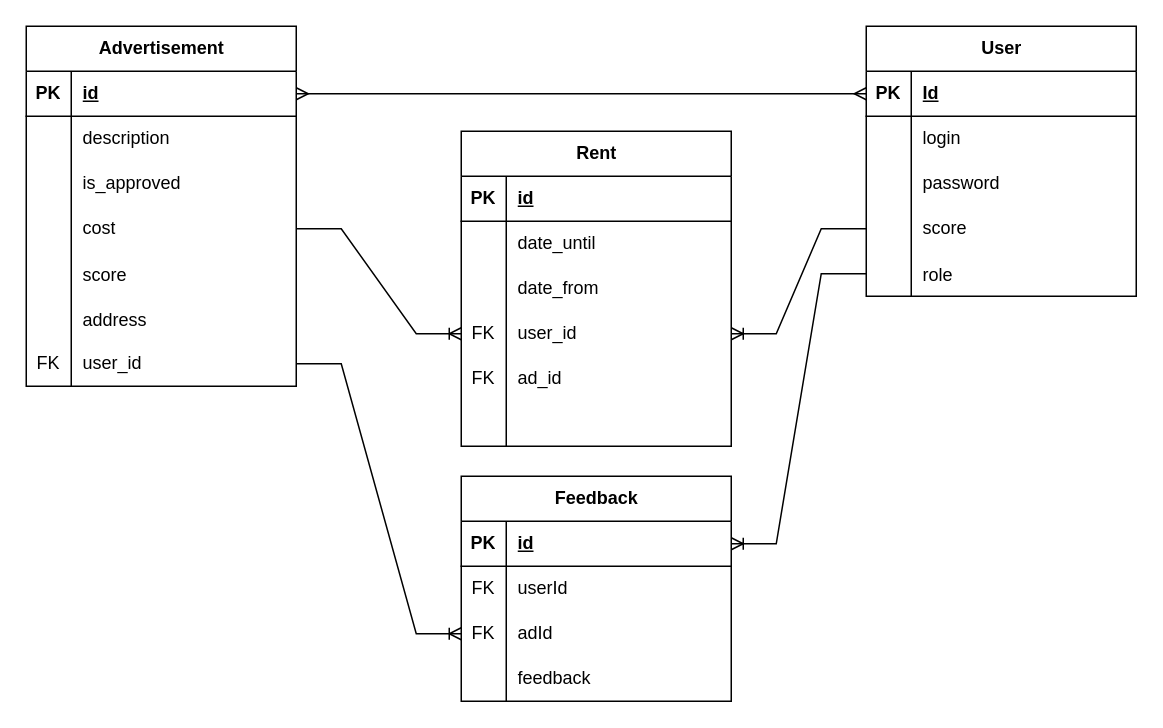
The draw.io diagram page "erd" (5 of 5) of doc/diagrams.drawio in Pangolierchick/IU7-WEB, before the edit. Source tidied: cells renumbered, new cells numbered last; positions are measured from the earlier drawing's top-left corner, leaving out a move shared by most shapes. Both pictures are drawn from the tidied source at 150%, with x=0, y=0 at pixel (26, 26).
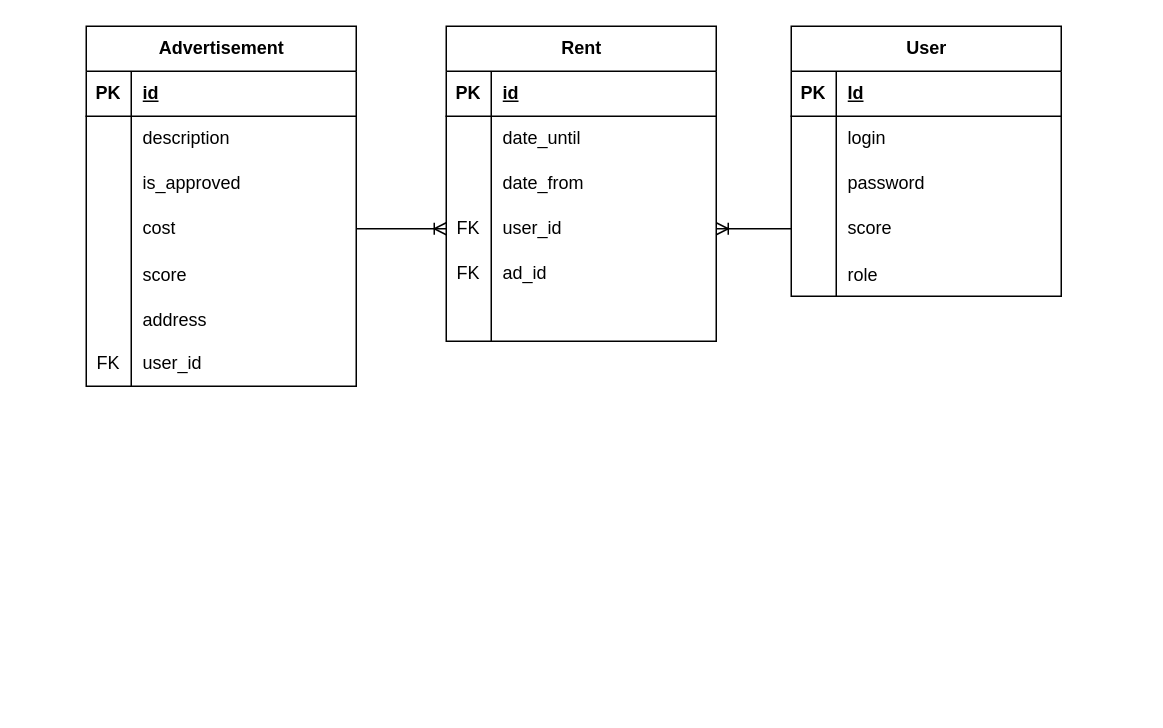
The same page after the edit.

The change refers to these unchanged cells:
```xml
<mxCell id="3" style="shape=tableRow;horizontal=0;startSize=0;swimlaneHead=0;swimlaneBody=0;fillColor=none;points=[[0,0.5],[1,0.5]];portConstraint=eastwest;top=0;left=0;right=0;bottom=1;" parent="2" vertex="1">
  <mxGeometry y="30" width="180" height="30" as="geometry" />
</mxCell>
<mxCell id="21" style="shape=tableRow;horizontal=0;startSize=0;swimlaneHead=0;swimlaneBody=0;fillColor=none;points=[[0,0.5],[1,0.5]];portConstraint=eastwest;top=0;left=0;right=0;bottom=0;" parent="2" vertex="1">
  <mxGeometry y="210" width="180" height="30" as="geometry" />
</mxCell>
<mxCell id="45" style="shape=tableRow;horizontal=0;startSize=0;swimlaneHead=0;swimlaneBody=0;fillColor=none;points=[[0,0.5],[1,0.5]];portConstraint=eastwest;top=0;left=0;right=0;bottom=1;" parent="44" vertex="1">
  <mxGeometry y="30" width="180" height="30" as="geometry" />
</mxCell>
<mxCell id="57" style="shape=tableRow;horizontal=0;startSize=0;swimlaneHead=0;swimlaneBody=0;fillColor=none;points=[[0,0.5],[1,0.5]];portConstraint=eastwest;top=0;left=0;right=0;bottom=0;" parent="44" vertex="1">
  <mxGeometry y="150" width="180" height="30" as="geometry" />
</mxCell>
```

The edit, as a diff of the source:
```diff
@@
     <mxCell id="2" value="Advertisement" style="shape=table;startSize=30;childLayout=tableLayout;rowLines=0;fontStyle=1;align=center;html=1;" parent="1" vertex="1">
-      <mxGeometry width="180" height="240" as="geometry" />
+      <mxGeometry x="40" width="180" height="240" as="geometry" />
     </mxCell>
@@
     <mxCell id="24" value="Rent" style="shape=table;startSize=30;childLayout=tableLayout;rowLines=0;fontStyle=1;align=center;html=1;" parent="1" vertex="1">
-      <mxGeometry x="290" y="70" width="180" height="210" as="geometry" />
+      <mxGeometry x="280" width="180" height="210" as="geometry" />
     </mxCell>
@@
     <mxCell id="44" value="User" style="shape=table;startSize=30;childLayout=tableLayout;rowLines=0;fontStyle=1;align=center;html=1;" parent="1" vertex="1">
-      <mxGeometry x="560" width="180" height="180" as="geometry" />
+      <mxGeometry x="510" width="180" height="180" as="geometry" />
     </mxCell>
@@
-    <mxCell id="61" value="Feedback" style="shape=table;startSize=30;childLayout=tableLayout;rowLines=0;fontStyle=1;align=center;html=1;" parent="1" vertex="1">
-      <mxGeometry x="290" y="300" width="180" height="150" as="geometry" />
-    </mxCell>
-    <mxCell id="62" style="shape=tableRow;horizontal=0;startSize=0;swimlaneHead=0;swimlaneBody=0;fillColor=none;points=[[0,0.5],[1,0.5]];portConstraint=eastwest;top=0;left=0;right=0;bottom=1;" parent="61" vertex="1">
-      <mxGeometry y="30" width="180" height="30" as="geometry" />
-    </mxCell>
-    <mxCell id="63" value="PK" style="shape=partialRectangle;fillColor=none;top=0;left=0;bottom=0;right=0;fontStyle=1;overflow=hidden;whiteSpace=wrap;html=1;" parent="62" vertex="1">
-      <mxGeometry width="30" height="30" as="geometry" />
-    </mxCell>
-    <mxCell id="64" value="id" style="shape=partialRectangle;fillColor=none;top=0;left=0;bottom=0;right=0;align=left;spacingLeft=6;fontStyle=5;overflow=hidden;whiteSpace=wrap;html=1;" parent="62" vertex="1">
-      <mxGeometry x="30" width="150" height="30" as="geometry" />
-    </mxCell>
-    <mxCell id="65" style="shape=tableRow;horizontal=0;startSize=0;swimlaneHead=0;swimlaneBody=0;fillColor=none;top=0;left=0;right=0;bottom=0;" parent="61" vertex="1">
-      <mxGeometry y="60" width="180" height="30" as="geometry" />
-    </mxCell>
-    <mxCell id="66" value="FK" style="shape=partialRectangle;fillColor=none;top=0;left=0;bottom=0;right=0;overflow=hidden;whiteSpace=wrap;html=1;" parent="65" vertex="1">
-      <mxGeometry width="30" height="30" as="geometry" />
-    </mxCell>
-    <mxCell id="67" value="userId" style="shape=partialRectangle;fillColor=none;top=0;left=0;bottom=0;right=0;align=left;spacingLeft=6;overflow=hidden;whiteSpace=wrap;html=1;" parent="65" vertex="1">
-      <mxGeometry x="30" width="150" height="30" as="geometry" />
-    </mxCell>
-    <mxCell id="68" style="shape=tableRow;horizontal=0;startSize=0;swimlaneHead=0;swimlaneBody=0;fillColor=none;points=[[0,0.5],[1,0.5]];portConstraint=eastwest;top=0;left=0;right=0;bottom=0;" parent="61" vertex="1">
-      <mxGeometry y="90" width="180" height="30" as="geometry" />
-    </mxCell>
-    <mxCell id="69" value="FK" style="shape=partialRectangle;fillColor=none;top=0;left=0;bottom=0;right=0;overflow=hidden;whiteSpace=wrap;html=1;" parent="68" vertex="1">
-      <mxGeometry width="30" height="30" as="geometry" />
-    </mxCell>
-    <mxCell id="70" value="adId" style="shape=partialRectangle;fillColor=none;top=0;left=0;bottom=0;right=0;align=left;spacingLeft=6;overflow=hidden;whiteSpace=wrap;html=1;" parent="68" vertex="1">
-      <mxGeometry x="30" width="150" height="30" as="geometry" />
-    </mxCell>
-    <mxCell id="71" style="shape=tableRow;horizontal=0;startSize=0;swimlaneHead=0;swimlaneBody=0;fillColor=none;top=0;left=0;right=0;bottom=0;" parent="61" vertex="1">
-      <mxGeometry y="120" width="180" height="30" as="geometry" />
-    </mxCell>
-    <mxCell id="72" style="shape=partialRectangle;fillColor=none;top=0;left=0;bottom=0;right=0;overflow=hidden;whiteSpace=wrap;html=1;" parent="71" vertex="1">
-      <mxGeometry width="30" height="30" as="geometry" />
-    </mxCell>
-    <mxCell id="73" value="feedback" style="shape=partialRectangle;fillColor=none;top=0;left=0;bottom=0;right=0;align=left;spacingLeft=6;overflow=hidden;whiteSpace=wrap;html=1;" parent="71" vertex="1">
-      <mxGeometry x="30" width="150" height="30" as="geometry" />
-    </mxCell>
-    <mxCell id="74" style="edgeStyle=entityRelationEdgeStyle;fontSize=12;html=1;endArrow=ERoneToMany;rounded=0;exitX=0;exitY=0.5;exitDx=0;exitDy=0;entryX=1;entryY=0.5;entryDx=0;entryDy=0;" parent="1" edge="1" source="57" target="62">
-      <mxGeometry relative="1" as="geometry" />
-    </mxCell>
-    <mxCell id="75" style="edgeStyle=entityRelationEdgeStyle;fontSize=12;html=1;endArrow=ERoneToMany;rounded=0;exitX=1;exitY=0.5;exitDx=0;exitDy=0;entryX=0;entryY=0.5;entryDx=0;entryDy=0;" parent="1" edge="1" source="21" target="68">
-      <mxGeometry relative="1" as="geometry" />
-    </mxCell>
-    <mxCell id="76" style="edgeStyle=entityRelationEdgeStyle;fontSize=12;html=1;endArrow=ERmany;startArrow=ERmany;rounded=0;entryX=0;entryY=0.5;entryDx=0;entryDy=0;exitX=1;exitY=0.5;exitDx=0;exitDy=0;" parent="1" edge="1" source="3" target="45">
-      <mxGeometry relative="1" as="geometry" />
-    </mxCell>
```
